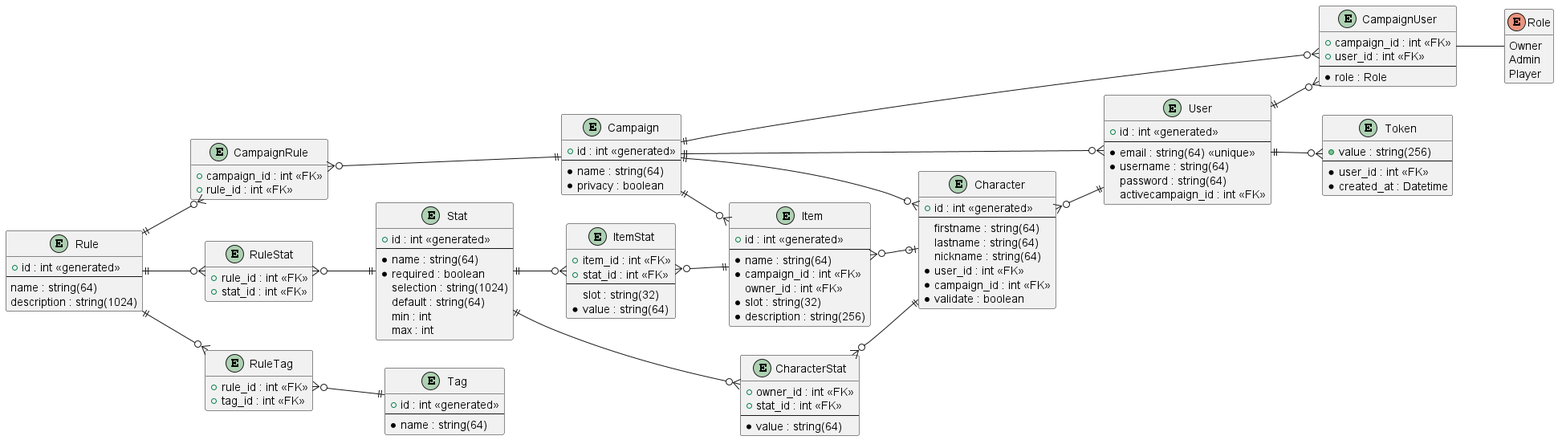
MathieuAvec1T-dev/DiceHall keeps this PlantUML diagram as DataBase/DB.png. Above is the earlier version.
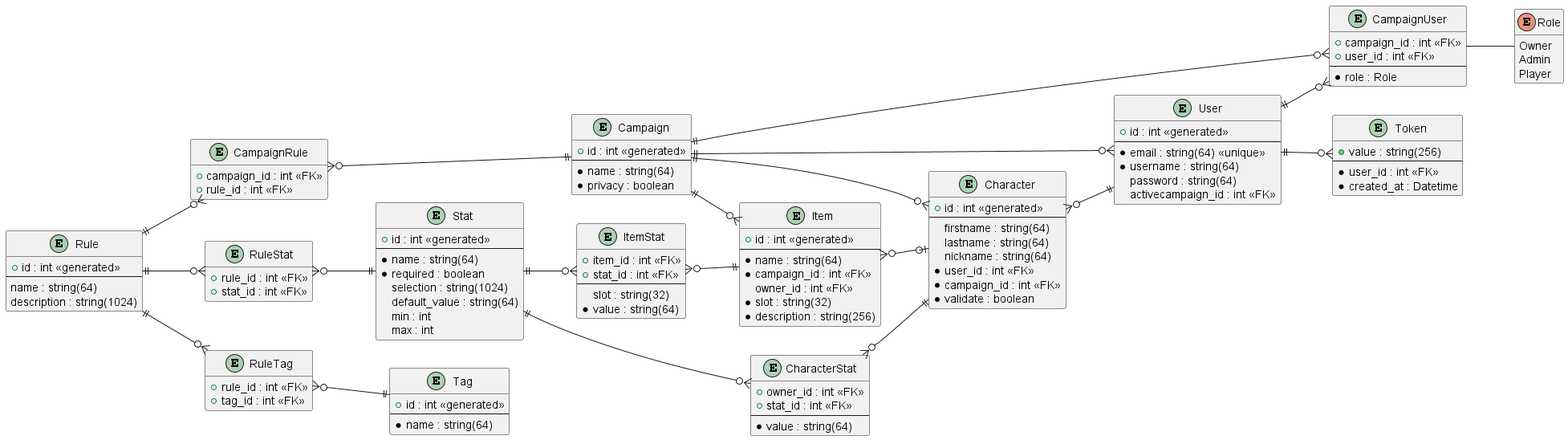
Later version of the same file.

Commit message:
Core - DB - Stat default => default_value

The edit, as a diff of the source:
```diff
@@ -79,7 +79,7 @@
     * name : string(64)
     * required : boolean
     selection : string(1024)
-    default : string(64)
+    default_value : string(64)
     min : int
     max : int
 }
```
